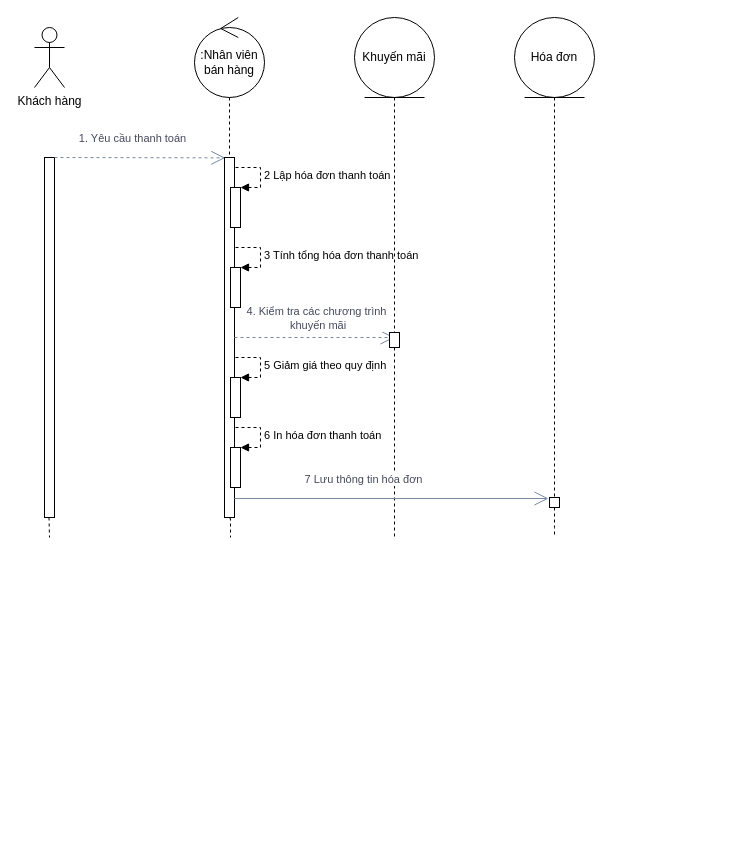
Before: Diagram/Sequence/QL_BanHang.drawio in TccKaiCi/PTTK_CuaHangGiay, a draw.io diagram. Source tidied: cells renumbered, new cells numbered last; positions are measured from the earlier drawing's top-left corner, leaving out a move shared by most shapes. Both pictures are drawn from the tidied source at 100%, with x=0, y=0 at pixel (34, 17).
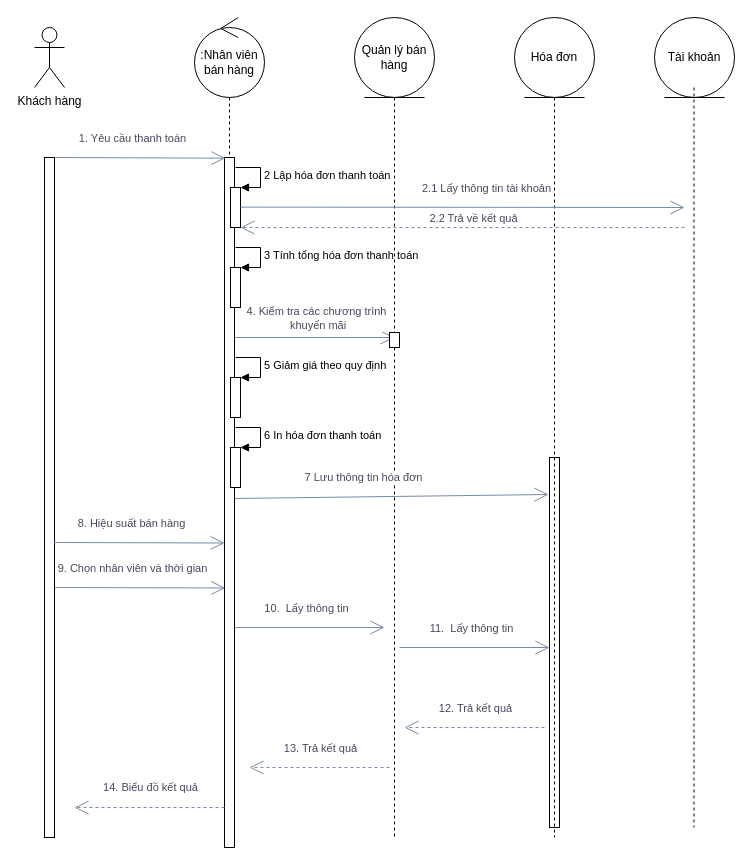
The same diagram, later.

Unchanged cells that the change refers to:
```xml
<mxCell id="5" value="Hóa đơn" style="ellipse;shape=umlEntity;whiteSpace=wrap;html=1;" parent="1" vertex="1">
  <mxGeometry x="480" width="80" height="80" as="geometry" />
</mxCell>
<mxCell id="13" style="html=1;points=[];perimeter=orthogonalPerimeter;" parent="1" vertex="1">
  <mxGeometry x="196" y="170" width="10" height="40" as="geometry" />
</mxCell>
<mxCell id="15" style="html=1;points=[];perimeter=orthogonalPerimeter;" parent="1" vertex="1">
  <mxGeometry x="196" y="250" width="10" height="40" as="geometry" />
</mxCell>
<mxCell id="19" style="html=1;points=[];perimeter=orthogonalPerimeter;" parent="1" vertex="1">
  <mxGeometry x="355" y="315" width="10" height="15" as="geometry" />
</mxCell>
<mxCell id="21" style="html=1;points=[];perimeter=orthogonalPerimeter;" parent="1" vertex="1">
  <mxGeometry x="196" y="360" width="10" height="40" as="geometry" />
</mxCell>
<mxCell id="23" style="html=1;points=[];perimeter=orthogonalPerimeter;" parent="1" vertex="1">
  <mxGeometry x="196" y="430" width="10" height="40" as="geometry" />
</mxCell>
```

What changed in the source:
```diff
@@
-    <mxCell id="4" style="edgeStyle=orthogonalEdgeStyle;rounded=0;jettySize=auto;html=1;dashed=1;endArrow=none;endFill=0;" parent="1" edge="1" source="27">
-      <mxGeometry relative="1" as="geometry">
-        <mxPoint x="520" y="520" as="targetPoint" />
-      </mxGeometry>
-    </mxCell>
@@
     <mxCell id="6" style="edgeStyle=orthogonalEdgeStyle;rounded=0;jettySize=auto;html=1;dashed=1;endArrow=none;endFill=0;" parent="1" edge="1" source="19">
       <mxGeometry relative="1" as="geometry">
-        <mxPoint x="360" y="520" as="targetPoint" />
+        <mxPoint x="360" y="820" as="targetPoint" />
       </mxGeometry>
     </mxCell>
-    <mxCell id="7" value="Khuyến mãi" style="ellipse;shape=umlEntity;whiteSpace=wrap;html=1;" parent="1" vertex="1">
+    <mxCell id="7" value="Quản lý bán hàng" style="ellipse;shape=umlEntity;whiteSpace=wrap;html=1;" parent="1" vertex="1">
       <mxGeometry x="320" width="80" height="80" as="geometry" />
     </mxCell>
     <mxCell id="8" style="html=1;perimeter=orthogonalPerimeter;" parent="1" vertex="1">
-      <mxGeometry x="10" y="140" width="10" height="360" as="geometry" />
+      <mxGeometry x="10" y="140" width="10" height="680" as="geometry" />
     </mxCell>
-    <mxCell id="9" style="endArrow=open;endFill=1;endSize=12;html=1;strokeColor=#788AA3;fillColor=#B2C9AB;fontColor=#46495D;dashed=1;entryX=0.081;entryY=0.001;entryDx=0;entryDy=0;entryPerimeter=0;" parent="1" edge="1" target="11">
+    <mxCell id="9" style="endArrow=open;endFill=1;endSize=12;html=1;strokeColor=#788AA3;fillColor=#B2C9AB;fontColor=#46495D;entryX=0.081;entryY=0.001;entryDx=0;entryDy=0;entryPerimeter=0;" parent="1" edge="1" target="11">
       <mxGeometry relative="1" as="geometry">
         <mxPoint x="20" y="140" as="sourcePoint" />
       </mxGeometry>
     </mxCell>
@@
     <mxCell id="11" style="html=1;points=[];perimeter=orthogonalPerimeter;" parent="1" vertex="1">
-      <mxGeometry x="190" y="140" width="10" height="360" as="geometry" />
+      <mxGeometry x="190" y="140" width="10" height="690" as="geometry" />
     </mxCell>
@@
-    <mxCell id="14" value="2 Lập hóa đơn thanh toán" style="edgeStyle=orthogonalEdgeStyle;html=1;align=left;spacingLeft=2;endArrow=block;rounded=0;entryX=1;entryY=0;dashed=1;" parent="1" edge="1" target="13">
+    <mxCell id="14" value="2 Lập hóa đơn thanh toán" style="edgeStyle=orthogonalEdgeStyle;html=1;align=left;spacingLeft=2;endArrow=block;rounded=0;entryX=1;entryY=0;" parent="1" edge="1" target="13">
       <mxGeometry relative="1" as="geometry">
         <mxPoint x="201" y="150" as="sourcePoint" />
         <Array as="points">
           <mxPoint x="226" y="150" />
         </Array>
       </mxGeometry>
     </mxCell>
@@
-    <mxCell id="16" value="3 Tính tổng hóa đơn thanh toán" style="edgeStyle=orthogonalEdgeStyle;html=1;align=left;spacingLeft=2;endArrow=block;rounded=0;entryX=1;entryY=0;dashed=1;" parent="1" edge="1" target="15">
+    <mxCell id="16" value="3 Tính tổng hóa đơn thanh toán" style="edgeStyle=orthogonalEdgeStyle;html=1;align=left;spacingLeft=2;endArrow=block;rounded=0;entryX=1;entryY=0;" parent="1" edge="1" target="15">
       <mxGeometry relative="1" as="geometry">
         <mxPoint x="201" y="230" as="sourcePoint" />
         <Array as="points">
           <mxPoint x="226" y="230" />
         </Array>
       </mxGeometry>
     </mxCell>
-    <mxCell id="17" style="endArrow=open;endFill=1;endSize=12;html=1;strokeColor=#788AA3;fillColor=#B2C9AB;fontColor=#46495D;dashed=1;" parent="1" edge="1">
+    <mxCell id="17" style="endArrow=open;endFill=1;endSize=12;html=1;strokeColor=#788AA3;fillColor=#B2C9AB;fontColor=#46495D;" parent="1" edge="1">
       <mxGeometry relative="1" as="geometry">
         <mxPoint x="200" y="320" as="sourcePoint" />
         <mxPoint x="360" y="320" as="targetPoint" />
       </mxGeometry>
     </mxCell>
@@
-    <mxCell id="22" value="5 Giảm giá theo quy định" style="edgeStyle=orthogonalEdgeStyle;html=1;align=left;spacingLeft=2;endArrow=block;rounded=0;entryX=1;entryY=0;dashed=1;" parent="1" edge="1" target="21">
+    <mxCell id="22" value="5 Giảm giá theo quy định" style="edgeStyle=orthogonalEdgeStyle;html=1;align=left;spacingLeft=2;endArrow=block;rounded=0;entryX=1;entryY=0;" parent="1" edge="1" target="21">
       <mxGeometry relative="1" as="geometry">
         <mxPoint x="201" y="340" as="sourcePoint" />
         <Array as="points">
           <mxPoint x="226" y="340" />
         </Array>
       </mxGeometry>
     </mxCell>
@@
-    <mxCell id="24" value="6 In hóa đơn thanh toán" style="edgeStyle=orthogonalEdgeStyle;html=1;align=left;spacingLeft=2;endArrow=block;rounded=0;entryX=1;entryY=0;dashed=1;" parent="1" edge="1" target="23">
+    <mxCell id="24" value="6 In hóa đơn thanh toán" style="edgeStyle=orthogonalEdgeStyle;html=1;align=left;spacingLeft=2;endArrow=block;rounded=0;entryX=1;entryY=0;" parent="1" edge="1" target="23">
       <mxGeometry relative="1" as="geometry">
         <mxPoint x="201" y="410" as="sourcePoint" />
         <Array as="points">
           <mxPoint x="226" y="410" />
         </Array>
       </mxGeometry>
     </mxCell>
@@
     <mxCell id="27" style="html=1;points=[];perimeter=orthogonalPerimeter;" parent="1" vertex="1">
-      <mxGeometry x="515" y="480" width="10" height="10" as="geometry" />
+      <mxGeometry x="515" y="440" width="10" height="370" as="geometry" />
     </mxCell>
-    <mxCell id="28" style="edgeStyle=orthogonalEdgeStyle;rounded=0;jettySize=auto;html=1;dashed=1;endArrow=none;endFill=0;" parent="1" edge="1" source="5" target="27">
-      <mxGeometry relative="1" as="geometry" />
+    <mxCell id="28" style="edgeStyle=orthogonalEdgeStyle;rounded=0;jettySize=auto;html=1;dashed=1;endArrow=none;endFill=0;" parent="1" edge="1" source="5">
+      <mxGeometry relative="1" as="geometry">
+        <mxPoint x="520" y="820" as="targetPoint" />
+      </mxGeometry>
     </mxCell>
-    <mxCell id="29" style="edgeStyle=orthogonalEdgeStyle;rounded=0;orthogonalLoop=1;jettySize=auto;html=1;dashed=1;endArrow=none;endFill=0;" parent="1" edge="1">
-      <mxGeometry relative="1" as="geometry">
-        <mxPoint x="14.5" y="500" as="sourcePoint" />
-        <mxPoint x="15" y="520" as="targetPoint" />
-      </mxGeometry>
-    </mxCell>
-    <mxCell id="30" style="edgeStyle=orthogonalEdgeStyle;rounded=0;jettySize=auto;html=1;dashed=1;endArrow=none;endFill=0;exitX=0.5;exitY=1.003;exitDx=0;exitDy=0;exitPerimeter=0;" parent="1" edge="1" source="11">
-      <mxGeometry relative="1" as="geometry">
-        <mxPoint x="196" y="520" as="targetPoint" />
-      </mxGeometry>
-    </mxCell>
+    <mxCell id="31" style="endArrow=open;endFill=1;endSize=12;html=1;strokeColor=#788AA3;fillColor=#B2C9AB;fontColor=#46495D;entryX=0.081;entryY=0.001;entryDx=0;entryDy=0;entryPerimeter=0;" parent="1" edge="1">
+      <mxGeometry relative="1" as="geometry">
+        <mxPoint x="19.2" y="525" as="sourcePoint" />
+        <mxPoint x="190" y="525.5" as="targetPoint" />
+      </mxGeometry>
+    </mxCell>
+    <mxCell id="32" value="8. Hiệu suất bán hàng" style="edgeLabel;html=1;align=center;verticalAlign=middle;fontColor=#46495D;" parent="31" vertex="1">
+      <mxGeometry x="-0.38" y="-3" relative="1" as="geometry">
+        <mxPoint x="24.2" y="-23" as="offset" />
+      </mxGeometry>
+    </mxCell>
+    <mxCell id="33" style="endArrow=open;endFill=1;endSize=12;html=1;strokeColor=#788AA3;fillColor=#B2C9AB;fontColor=#46495D;entryX=0.081;entryY=0.001;entryDx=0;entryDy=0;entryPerimeter=0;" parent="1" edge="1">
+      <mxGeometry relative="1" as="geometry">
+        <mxPoint x="20" y="570" as="sourcePoint" />
+        <mxPoint x="190.8" y="570.5" as="targetPoint" />
+      </mxGeometry>
+    </mxCell>
+    <mxCell id="34" value="9. Chọn nhân viên và thời gian" style="edgeLabel;html=1;align=center;verticalAlign=middle;fontColor=#46495D;" parent="33" vertex="1">
+      <mxGeometry x="-0.38" y="-3" relative="1" as="geometry">
+        <mxPoint x="24.2" y="-23" as="offset" />
+      </mxGeometry>
+    </mxCell>
+    <mxCell id="35" style="endArrow=open;endFill=1;endSize=12;html=1;strokeColor=#788AA3;fillColor=#B2C9AB;fontColor=#46495D;" parent="1" edge="1">
+      <mxGeometry relative="1" as="geometry">
+        <mxPoint x="200" y="610" as="sourcePoint" />
+        <mxPoint x="350" y="610" as="targetPoint" />
+      </mxGeometry>
+    </mxCell>
+    <mxCell id="36" value="10.&amp;nbsp; Lấy thông tin" style="edgeLabel;html=1;align=center;verticalAlign=middle;fontColor=#46495D;" parent="35" vertex="1">
+      <mxGeometry x="-0.38" y="-3" relative="1" as="geometry">
+        <mxPoint x="24.2" y="-23" as="offset" />
+      </mxGeometry>
+    </mxCell>
+    <mxCell id="37" style="endArrow=open;endFill=1;endSize=12;html=1;strokeColor=#788AA3;fillColor=#B2C9AB;fontColor=#46495D;" parent="1" edge="1">
+      <mxGeometry relative="1" as="geometry">
+        <mxPoint x="365" y="630" as="sourcePoint" />
+        <mxPoint x="515" y="630" as="targetPoint" />
+      </mxGeometry>
+    </mxCell>
+    <mxCell id="38" value="11.&amp;nbsp; Lấy thông tin" style="edgeLabel;html=1;align=center;verticalAlign=middle;fontColor=#46495D;" parent="37" vertex="1">
+      <mxGeometry x="-0.38" y="-3" relative="1" as="geometry">
+        <mxPoint x="24.2" y="-23" as="offset" />
+      </mxGeometry>
+    </mxCell>
+    <mxCell id="39" style="endArrow=open;endFill=1;endSize=12;html=1;strokeColor=#788AA3;fillColor=#B2C9AB;fontColor=#46495D;dashed=1;" parent="1" edge="1">
+      <mxGeometry relative="1" as="geometry">
+        <mxPoint x="510" y="710" as="sourcePoint" />
+        <mxPoint x="370" y="710" as="targetPoint" />
+      </mxGeometry>
+    </mxCell>
+    <mxCell id="40" value="12. Trả kết quả" style="edgeLabel;html=1;align=center;verticalAlign=middle;fontColor=#46495D;" parent="39" vertex="1">
+      <mxGeometry x="-0.38" y="-3" relative="1" as="geometry">
+        <mxPoint x="-27" y="-17" as="offset" />
+      </mxGeometry>
+    </mxCell>
+    <mxCell id="41" style="endArrow=open;endFill=1;endSize=12;html=1;strokeColor=#788AA3;fillColor=#B2C9AB;fontColor=#46495D;dashed=1;" parent="1" edge="1">
+      <mxGeometry relative="1" as="geometry">
+        <mxPoint x="355" y="750" as="sourcePoint" />
+        <mxPoint x="215" y="750" as="targetPoint" />
+      </mxGeometry>
+    </mxCell>
+    <mxCell id="42" value="13. Trả kết quả" style="edgeLabel;html=1;align=center;verticalAlign=middle;fontColor=#46495D;" parent="41" vertex="1">
+      <mxGeometry x="-0.38" y="-3" relative="1" as="geometry">
+        <mxPoint x="-27" y="-17" as="offset" />
+      </mxGeometry>
+    </mxCell>
+    <mxCell id="43" style="endArrow=open;endFill=1;endSize=12;html=1;strokeColor=#788AA3;fillColor=#B2C9AB;fontColor=#46495D;dashed=1;exitX=0;exitY=0.942;exitDx=0;exitDy=0;exitPerimeter=0;" parent="1" edge="1" source="11">
+      <mxGeometry relative="1" as="geometry">
+        <mxPoint x="40" y="790" as="targetPoint" />
+        <Array as="points">
+          <mxPoint x="140" y="790" />
+        </Array>
+      </mxGeometry>
+    </mxCell>
+    <mxCell id="44" value="14. Biểu đồ kết quả" style="edgeLabel;html=1;align=center;verticalAlign=middle;fontColor=#46495D;" parent="43" vertex="1">
+      <mxGeometry x="-0.38" y="-3" relative="1" as="geometry">
+        <mxPoint x="-27" y="-17" as="offset" />
+      </mxGeometry>
+    </mxCell>
+    <mxCell id="45" value="Tài khoản" style="ellipse;shape=umlEntity;whiteSpace=wrap;html=1;" parent="1" vertex="1">
+      <mxGeometry x="620" width="80" height="80" as="geometry" />
+    </mxCell>
+    <mxCell id="46" style="edgeStyle=orthogonalEdgeStyle;rounded=0;orthogonalLoop=1;jettySize=auto;html=1;dashed=1;endArrow=none;endFill=0;" parent="1" edge="1">
+      <mxGeometry relative="1" as="geometry">
+        <mxPoint x="659.5" y="70" as="sourcePoint" />
+        <mxPoint x="659.5" y="810" as="targetPoint" />
+      </mxGeometry>
+    </mxCell>
+    <mxCell id="47" style="endArrow=open;endFill=1;endSize=12;html=1;strokeColor=#788AA3;fillColor=#B2C9AB;fontColor=#46495D;" parent="1" edge="1">
+      <mxGeometry relative="1" as="geometry">
+        <mxPoint x="206" y="189.6" as="sourcePoint" />
+        <mxPoint x="650" y="190" as="targetPoint" />
+      </mxGeometry>
+    </mxCell>
+    <mxCell id="48" value="2.1 Lấy thông tin tài khoản" style="edgeLabel;html=1;align=center;verticalAlign=middle;fontColor=#46495D;" parent="47" vertex="1">
+      <mxGeometry x="-0.38" y="-3" relative="1" as="geometry">
+        <mxPoint x="107.3" y="-22.7" as="offset" />
+      </mxGeometry>
+    </mxCell>
+    <mxCell id="49" style="endArrow=open;endFill=1;endSize=12;html=1;strokeColor=#788AA3;fillColor=#B2C9AB;fontColor=#46495D;dashed=1;" parent="1" edge="1">
+      <mxGeometry relative="1" as="geometry">
+        <mxPoint x="650" y="210" as="sourcePoint" />
+        <mxPoint x="206" y="210" as="targetPoint" />
+      </mxGeometry>
+    </mxCell>
+    <mxCell id="50" value="2.2 Trả về kết quả" style="edgeLabel;html=1;align=center;verticalAlign=middle;fontColor=#46495D;" parent="49" vertex="1">
+      <mxGeometry x="-0.38" y="-3" relative="1" as="geometry">
+        <mxPoint x="-73.3" y="-7" as="offset" />
+      </mxGeometry>
+    </mxCell>
```
